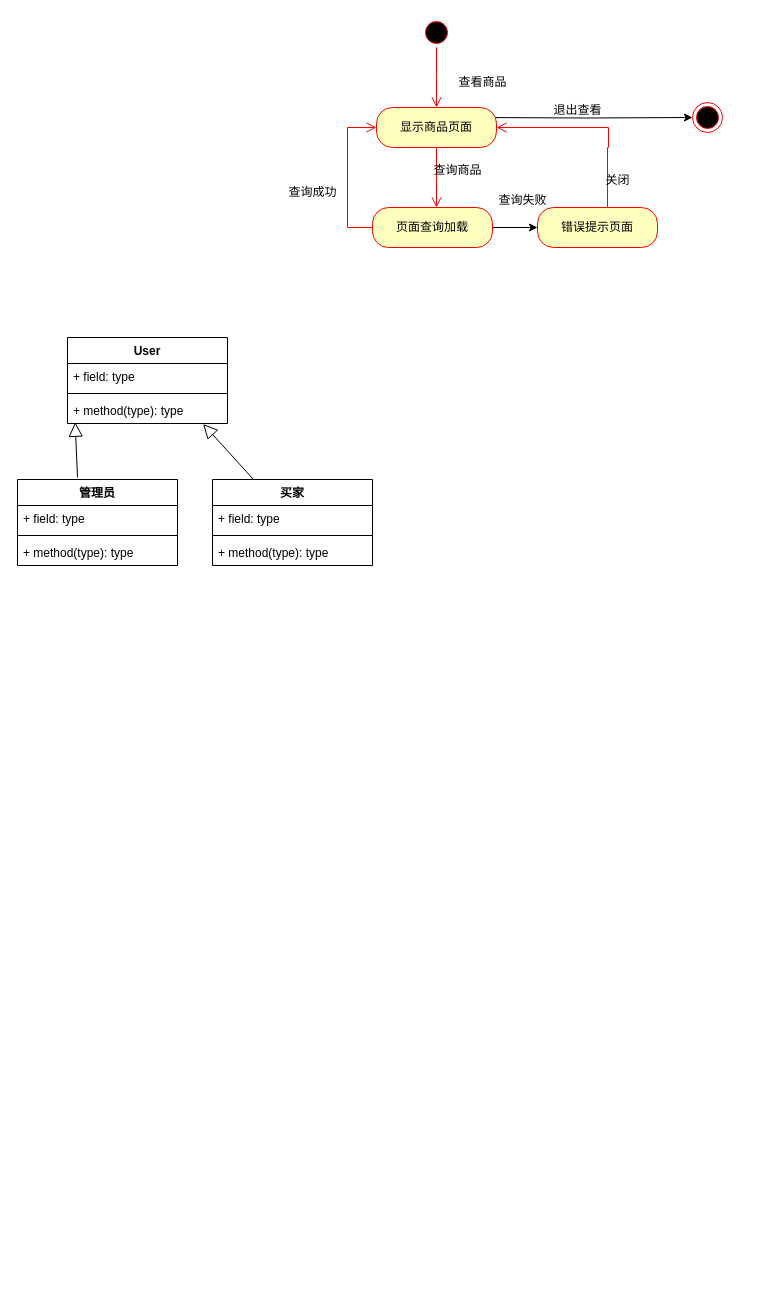
Before: hello/UML 用例设计.drawio in White1943/drawio, a draw.io diagram. Source tidied: cells renumbered, new cells numbered last; positions are measured from the earlier drawing's top-left corner, leaving out a move shared by most shapes. Both pictures are drawn from the tidied source at 100%, with x=0, y=0 at pixel (17, 17).
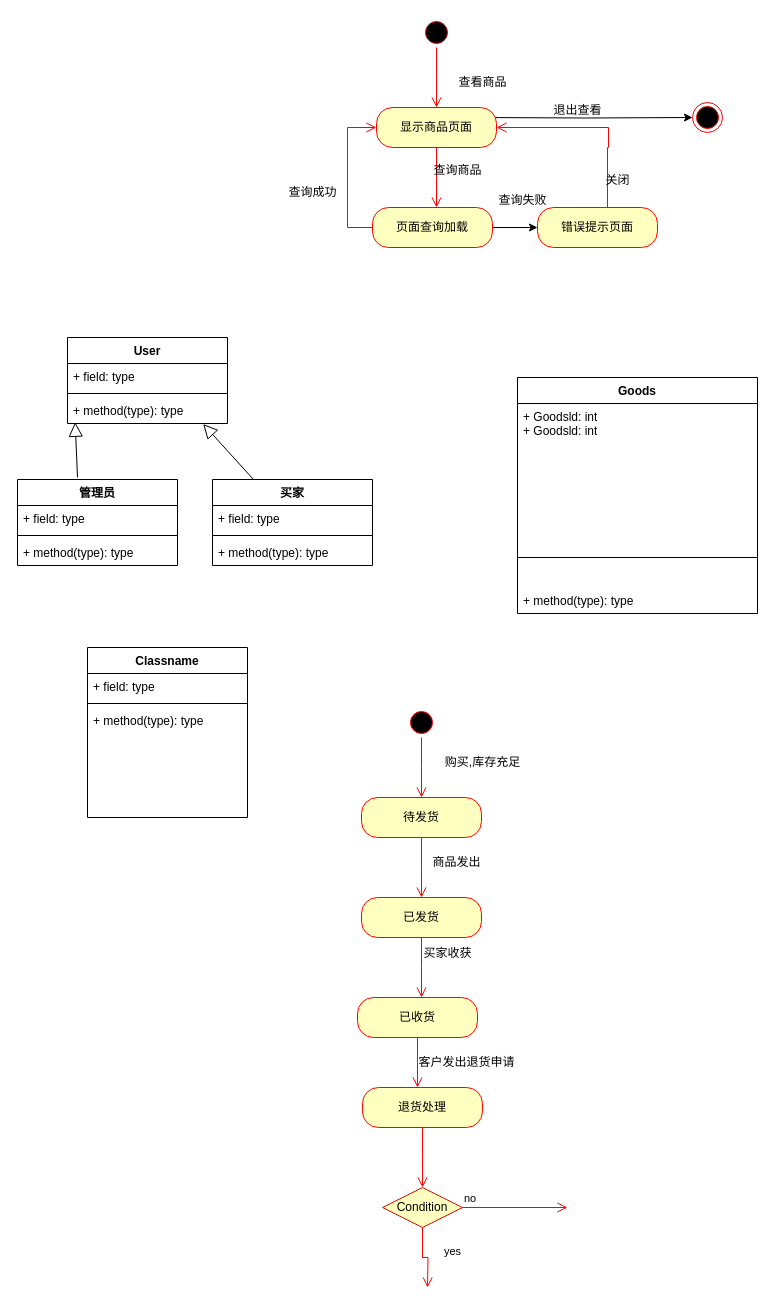
The same page after the edit.

Commit message (it also covers changes not shown here):
更新UML 用例设计.drawio

The edit, as a diff of the source:
```diff
@@
+    <mxCell id="33" value="Goods" style="swimlane;fontStyle=1;align=center;verticalAlign=top;horizontal=1;startSize=26;whiteSpace=wrap;html=1;" parent="1" vertex="1">
+      <mxGeometry x="500" y="360" width="240" height="236" as="geometry" />
+    </mxCell>
+    <mxCell id="34" value="+ Goodsld: int&lt;div&gt;+ Goodsld: int&lt;br&gt;&lt;/div&gt;" style="text;strokeColor=none;fillColor=none;align=left;verticalAlign=top;spacingLeft=4;spacingRight=4;overflow=hidden;whiteSpace=wrap;html=1;" parent="33" vertex="1">
+      <mxGeometry y="26" width="240" height="124" as="geometry" />
+    </mxCell>
+    <mxCell id="35" style="line;strokeWidth=1;fillColor=none;align=left;verticalAlign=middle;spacingTop=-1;spacingLeft=3;spacingRight=3;labelPosition=right;strokeColor=inherit;" parent="33" vertex="1">
+      <mxGeometry y="150" width="240" height="60" as="geometry" />
+    </mxCell>
+    <mxCell id="36" value="+ method(type): type" style="text;strokeColor=none;fillColor=none;align=left;verticalAlign=top;spacingLeft=4;spacingRight=4;overflow=hidden;whiteSpace=wrap;html=1;" parent="33" vertex="1">
+      <mxGeometry y="210" width="240" height="26" as="geometry" />
+    </mxCell>
+    <mxCell id="37" value="Classname" style="swimlane;fontStyle=1;align=center;verticalAlign=top;horizontal=1;startSize=26;whiteSpace=wrap;html=1;" parent="1" vertex="1">
+      <mxGeometry x="70" y="630" width="160" height="170" as="geometry" />
+    </mxCell>
+    <mxCell id="38" value="+ field: type" style="text;strokeColor=none;fillColor=none;align=left;verticalAlign=top;spacingLeft=4;spacingRight=4;overflow=hidden;whiteSpace=wrap;html=1;" parent="37" vertex="1">
+      <mxGeometry y="26" width="160" height="26" as="geometry" />
+    </mxCell>
+    <mxCell id="39" style="line;strokeWidth=1;fillColor=none;align=left;verticalAlign=middle;spacingTop=-1;spacingLeft=3;spacingRight=3;labelPosition=right;strokeColor=inherit;" parent="37" vertex="1">
+      <mxGeometry y="52" width="160" height="8" as="geometry" />
+    </mxCell>
+    <mxCell id="40" value="+ method(type): type" style="text;strokeColor=none;fillColor=none;align=left;verticalAlign=top;spacingLeft=4;spacingRight=4;overflow=hidden;whiteSpace=wrap;html=1;" parent="37" vertex="1">
+      <mxGeometry y="60" width="160" height="110" as="geometry" />
+    </mxCell>
+    <mxCell id="41" style="ellipse;html=1;shape=startState;fillColor=#000000;strokeColor=#ff0000;" parent="1" vertex="1">
+      <mxGeometry x="389" y="690" width="30" height="30" as="geometry" />
+    </mxCell>
+    <mxCell id="42" style="edgeStyle=orthogonalEdgeStyle;html=1;verticalAlign=bottom;endArrow=open;endSize=8;strokeColor=#ff0000;rounded=0;" parent="1" edge="1" source="41">
+      <mxGeometry relative="1" as="geometry">
+        <mxPoint x="404" y="780" as="targetPoint" />
+      </mxGeometry>
+    </mxCell>
+    <mxCell id="43" value="购买,库存充足" style="text;html=1;align=center;verticalAlign=middle;strokeColor=none;fillColor=none;" parent="1" vertex="1">
+      <mxGeometry x="415" y="730" width="100" height="30" as="geometry" />
+    </mxCell>
+    <mxCell id="44" value="待发货" style="rounded=1;whiteSpace=wrap;html=1;arcSize=40;fontColor=#000000;fillColor=#ffffc0;strokeColor=#ff0000;" parent="1" vertex="1">
+      <mxGeometry x="344" y="780" width="120" height="40" as="geometry" />
+    </mxCell>
+    <mxCell id="45" style="edgeStyle=orthogonalEdgeStyle;html=1;verticalAlign=bottom;endArrow=open;endSize=8;strokeColor=#ff0000;rounded=0;" parent="1" edge="1" source="44">
+      <mxGeometry relative="1" as="geometry">
+        <mxPoint x="404" y="880" as="targetPoint" />
+      </mxGeometry>
+    </mxCell>
+    <mxCell id="46" value="商品发出" style="text;html=1;align=center;verticalAlign=middle;strokeColor=none;fillColor=none;" parent="1" vertex="1">
+      <mxGeometry x="404" y="830" width="70" height="30" as="geometry" />
+    </mxCell>
+    <mxCell id="47" value="已发货" style="rounded=1;whiteSpace=wrap;html=1;arcSize=40;fontColor=#000000;fillColor=#ffffc0;strokeColor=#ff0000;" parent="1" vertex="1">
+      <mxGeometry x="344" y="880" width="120" height="40" as="geometry" />
+    </mxCell>
+    <mxCell id="48" style="edgeStyle=orthogonalEdgeStyle;html=1;verticalAlign=bottom;endArrow=open;endSize=8;strokeColor=#ff0000;rounded=0;" parent="1" edge="1" source="47">
+      <mxGeometry relative="1" as="geometry">
+        <mxPoint x="404" y="980" as="targetPoint" />
+      </mxGeometry>
+    </mxCell>
+    <mxCell id="49" value="买家收获&lt;div&gt;&lt;br&gt;&lt;/div&gt;" style="text;html=1;align=center;verticalAlign=middle;strokeColor=none;fillColor=none;" parent="1" vertex="1">
+      <mxGeometry x="395" y="923" width="70" height="40" as="geometry" />
+    </mxCell>
+    <mxCell id="50" value="已收货" style="rounded=1;whiteSpace=wrap;html=1;arcSize=40;fontColor=#000000;fillColor=#ffffc0;strokeColor=#ff0000;" parent="1" vertex="1">
+      <mxGeometry x="340" y="980" width="120" height="40" as="geometry" />
+    </mxCell>
+    <mxCell id="51" style="edgeStyle=orthogonalEdgeStyle;html=1;verticalAlign=bottom;endArrow=open;endSize=8;strokeColor=#ff0000;rounded=0;" parent="1" edge="1" source="50">
+      <mxGeometry relative="1" as="geometry">
+        <mxPoint x="400" y="1070" as="targetPoint" />
+      </mxGeometry>
+    </mxCell>
+    <mxCell id="52" value="客户发出退货申请" style="text;html=1;align=center;verticalAlign=middle;strokeColor=none;fillColor=none;" parent="1" vertex="1">
+      <mxGeometry x="389" y="1030" width="120" height="30" as="geometry" />
+    </mxCell>
+    <mxCell id="53" value="退货处理" style="rounded=1;whiteSpace=wrap;html=1;arcSize=40;fontColor=#000000;fillColor=#ffffc0;strokeColor=#ff0000;" parent="1" vertex="1">
+      <mxGeometry x="345" y="1070" width="120" height="40" as="geometry" />
+    </mxCell>
+    <mxCell id="54" style="edgeStyle=orthogonalEdgeStyle;html=1;verticalAlign=bottom;endArrow=open;endSize=8;strokeColor=#ff0000;rounded=0;" parent="1" edge="1" source="53">
+      <mxGeometry relative="1" as="geometry">
+        <mxPoint x="405" y="1170" as="targetPoint" />
+      </mxGeometry>
+    </mxCell>
+    <mxCell id="55" value="Condition" style="rhombus;whiteSpace=wrap;html=1;fontColor=#000000;fillColor=#ffffc0;strokeColor=#ff0000;" parent="1" vertex="1">
+      <mxGeometry x="365" y="1170" width="80" height="40" as="geometry" />
+    </mxCell>
+    <mxCell id="56" value="no" style="edgeStyle=orthogonalEdgeStyle;html=1;align=left;verticalAlign=bottom;endArrow=open;endSize=8;strokeColor=#ff0000;rounded=0;" parent="1" edge="1" source="55">
+      <mxGeometry x="-1" relative="1" as="geometry">
+        <mxPoint x="550" y="1190" as="targetPoint" />
+      </mxGeometry>
+    </mxCell>
+    <mxCell id="57" value="yes" style="edgeStyle=orthogonalEdgeStyle;html=1;align=left;verticalAlign=top;endArrow=open;endSize=8;strokeColor=#ff0000;rounded=0;" parent="1" edge="1" source="55">
+      <mxGeometry x="-0.67" y="20" relative="1" as="geometry">
+        <mxPoint x="410" y="1270" as="targetPoint" />
+      </mxGeometry>
+    </mxCell>
```
